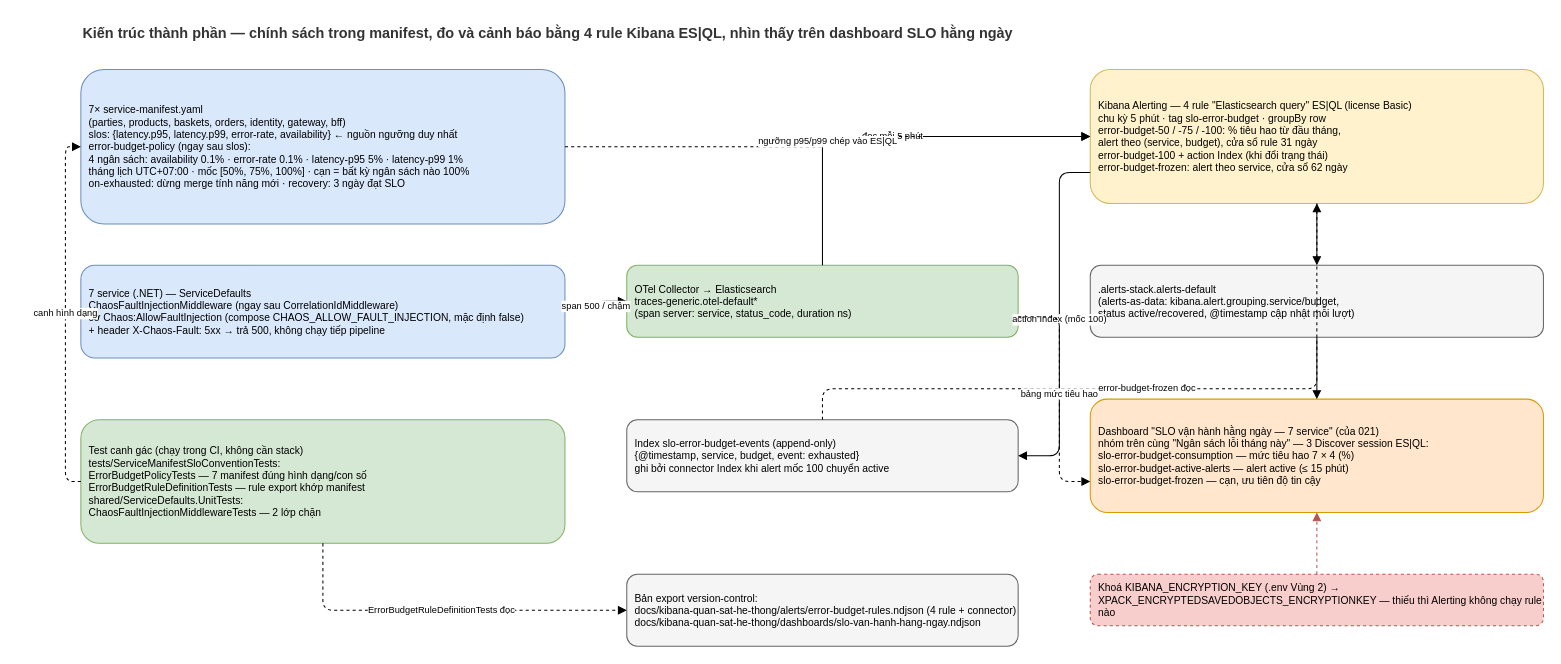
Earlier version of the draw.io diagram docs/diagrams/027-error-budget-alerting-component.drawio (nmhieuit/ecommerce). Source tidied: cells renumbered, new cells numbered last; positions are measured from the earlier drawing's top-left corner, leaving out a move shared by most shapes. Both pictures are drawn from the tidied source at 103%, with x=0, y=0 at pixel (65, 18).
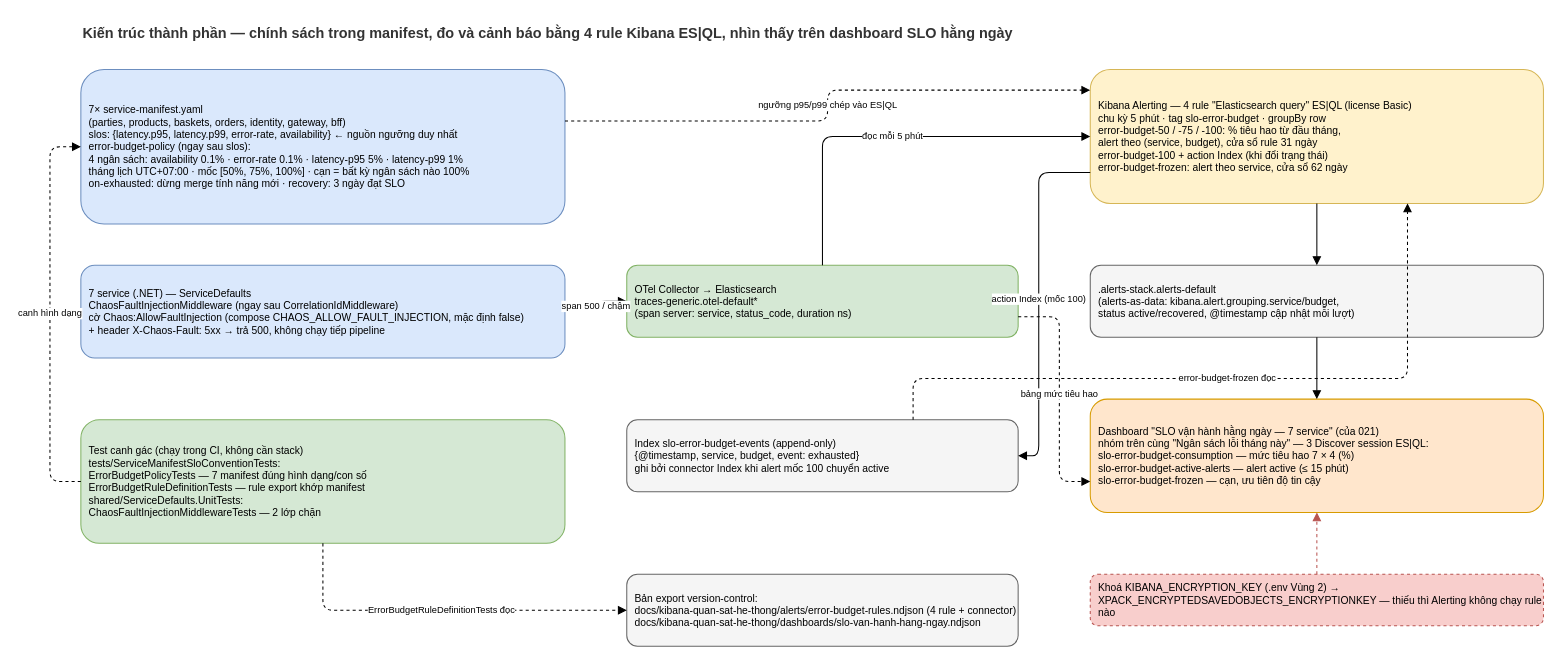
The same diagram, later.

Commit message (it also covers changes not shown here):
Refactor diagrams for error budget alerting and incident on-call drill components

- Updated the layout and geometry of the error budget alerting component diagram for better clarity and organization.
- Enhanced the incident on-call drill component diagram by refining the structure and improving the descriptions of various elements.
- Ensured consistent styling and formatting across both diagrams for improved readability.

The change refers to these unchanged cells:
```xml
<mxCell id="3" value="7× service-manifest.yaml&#10;(parties, products, baskets, orders, identity, gateway, bff)&#10;slos: {latency.p95, latency.p99, error-rate, availability}  ← nguồn ngưỡng duy nhất&#10;error-budget-policy (ngay sau slos):&#10;  4 ngân sách: availability 0.1% · error-rate 0.1% · latency-p95 5% · latency-p99 1%&#10;  tháng lịch UTC+07:00 · mốc [50%, 75%, 100%] · cạn = bất kỳ ngân sách nào 100%&#10;  on-exhausted: dừng merge tính năng mới · recovery: 3 ngày đạt SLO" style="rounded=1;whiteSpace=wrap;html=1;fillColor=#dae8fc;strokeColor=#6c8ebf;fontSize=10;align=left;spacingLeft=6;" parent="1" vertex="1">
  <mxGeometry x="15" y="50" width="470" height="150" as="geometry" />
</mxCell>
<mxCell id="5" value="Test canh gác (chạy trong CI, không cần stack)&#10;tests/ServiceManifestSloConventionTests:&#10;  ErrorBudgetPolicyTests — 7 manifest đúng hình dạng/con số&#10;  ErrorBudgetRuleDefinitionTests — rule export khớp manifest&#10;shared/ServiceDefaults.UnitTests:&#10;  ChaosFaultInjectionMiddlewareTests — 2 lớp chặn" style="rounded=1;whiteSpace=wrap;html=1;fillColor=#d5e8d4;strokeColor=#82b366;fontSize=10;align=left;spacingLeft=6;" parent="1" vertex="1">
  <mxGeometry x="15" y="390" width="470" height="120" as="geometry" />
</mxCell>
<mxCell id="7" value="Index slo-error-budget-events (append-only)&#10;{@timestamp, service, budget, event: exhausted}&#10;ghi bởi connector Index khi alert mốc 100 chuyển active" style="rounded=1;whiteSpace=wrap;html=1;fillColor=#f5f5f5;strokeColor=#666666;fontSize=10;align=left;spacingLeft=6;" parent="1" vertex="1">
  <mxGeometry x="545" y="390" width="380" height="70" as="geometry" />
</mxCell>
<mxCell id="8" value="Kibana Alerting — 4 rule &quot;Elasticsearch query&quot; ES|QL (license Basic)&#10;chu kỳ 5 phút · tag slo-error-budget · groupBy row&#10;error-budget-50 / -75 / -100: % tiêu hao từ đầu tháng,&#10;  alert theo (service, budget), cửa sổ rule 31 ngày&#10;error-budget-100 + action Index (khi đổi trạng thái)&#10;error-budget-frozen: alert theo service, cửa sổ 62 ngày" style="rounded=1;whiteSpace=wrap;html=1;fillColor=#fff2cc;strokeColor=#d6b656;fontSize=10;align=left;spacingLeft=6;" parent="1" vertex="1">
  <mxGeometry x="995" y="50" width="440" height="130" as="geometry" />
</mxCell>
```

What changed in the source:
```diff
@@
     <mxCell id="15" value="ngưỡng p95/p99 chép vào ES|QL" style="edgeStyle=orthogonalEdgeStyle;html=1;endArrow=block;dashed=1;fontSize=9;" parent="1" edge="1" source="3" target="8">
-      <mxGeometry relative="1" as="geometry" />
+      <mxGeometry relative="1" as="geometry">
+        <Array as="points">
+          <mxPoint x="740" y="100" />
+          <mxPoint x="740" y="70" />
+        </Array>
+      </mxGeometry>
     </mxCell>
@@
     <mxCell id="17" value="action Index (mốc 100)" style="edgeStyle=orthogonalEdgeStyle;html=1;endArrow=block;fontSize=9;" parent="1" edge="1" source="8" target="7">
       <mxGeometry relative="1" as="geometry">
         <Array as="points">
-          <mxPoint x="965" y="150" />
-          <mxPoint x="965" y="425" />
+          <mxPoint x="945" y="150" />
+          <mxPoint x="945" y="425" />
         </Array>
       </mxGeometry>
     </mxCell>
-    <mxCell id="18" value="error-budget-frozen đọc" style="edgeStyle=orthogonalEdgeStyle;html=1;endArrow=block;dashed=1;fontSize=9;" parent="1" edge="1" source="7" target="8">
+    <mxCell id="18" value="error-budget-frozen đọc" style="edgeStyle=orthogonalEdgeStyle;html=1;endArrow=block;dashed=1;fontSize=9;" parent="1" edge="1">
       <mxGeometry relative="1" as="geometry">
+        <mxPoint x="823" y="390" as="sourcePoint" />
+        <mxPoint x="1303" y="180" as="targetPoint" />
         <Array as="points">
-          <mxPoint x="735" y="360" />
-          <mxPoint x="1215" y="360" />
+          <mxPoint x="823" y="350" />
+          <mxPoint x="1303" y="350" />
         </Array>
       </mxGeometry>
     </mxCell>
@@
     <mxCell id="21" value="canh hình dạng" style="edgeStyle=orthogonalEdgeStyle;html=1;endArrow=block;dashed=1;fontSize=9;" parent="1" edge="1" source="5" target="3">
       <mxGeometry relative="1" as="geometry">
         <Array as="points">
-          <mxPoint y="450" />
-          <mxPoint y="125" />
+          <mxPoint x="-15" y="450" />
+          <mxPoint x="-15" y="125" />
         </Array>
       </mxGeometry>
     </mxCell>
```
